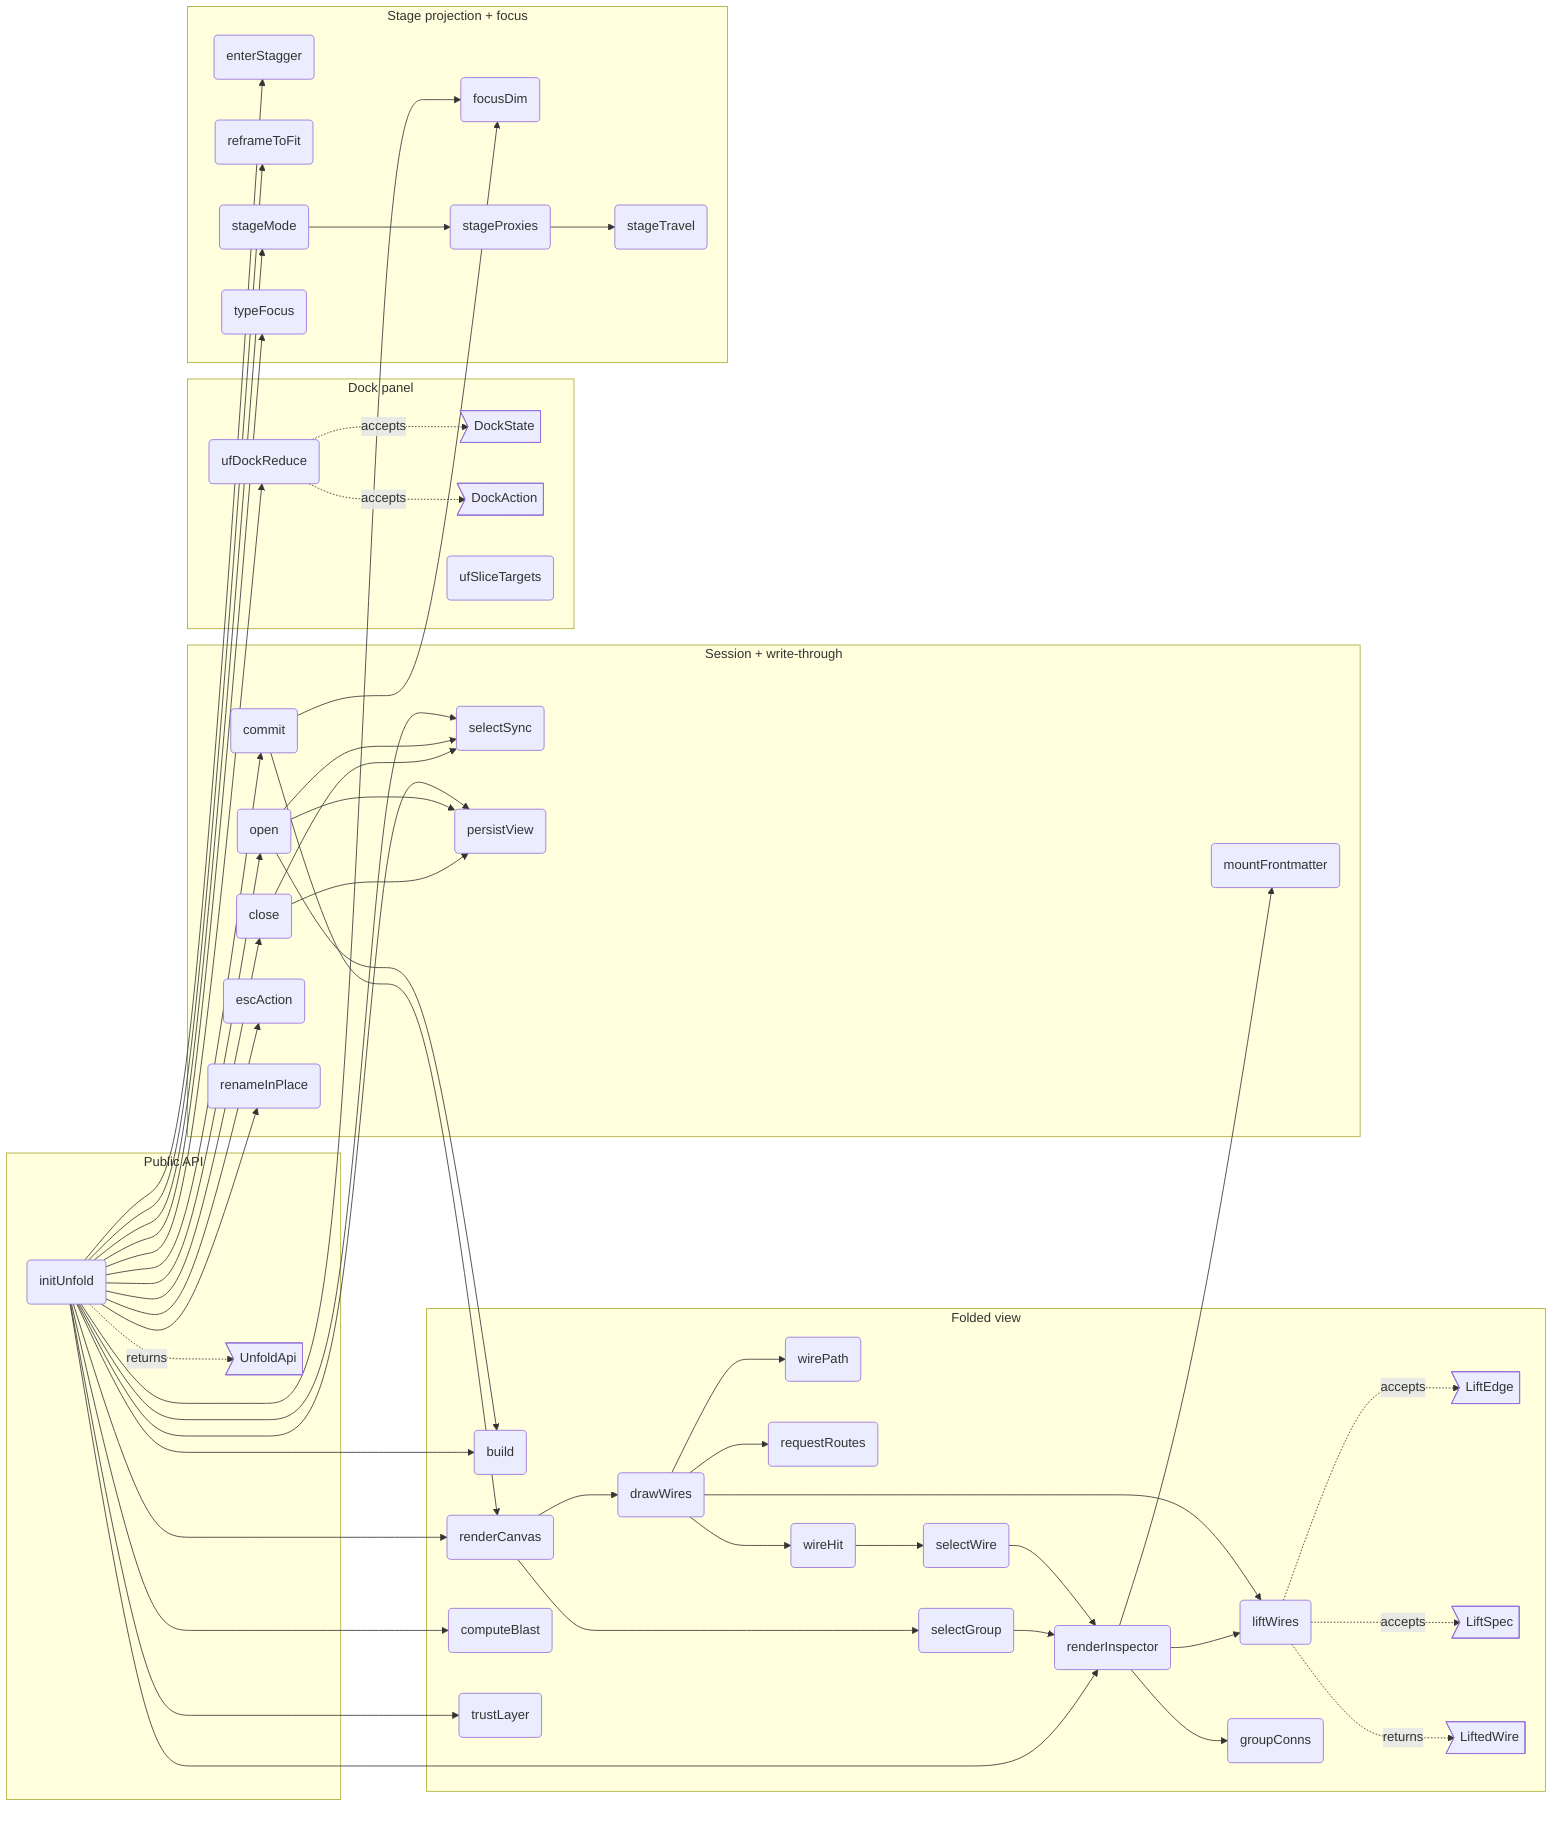
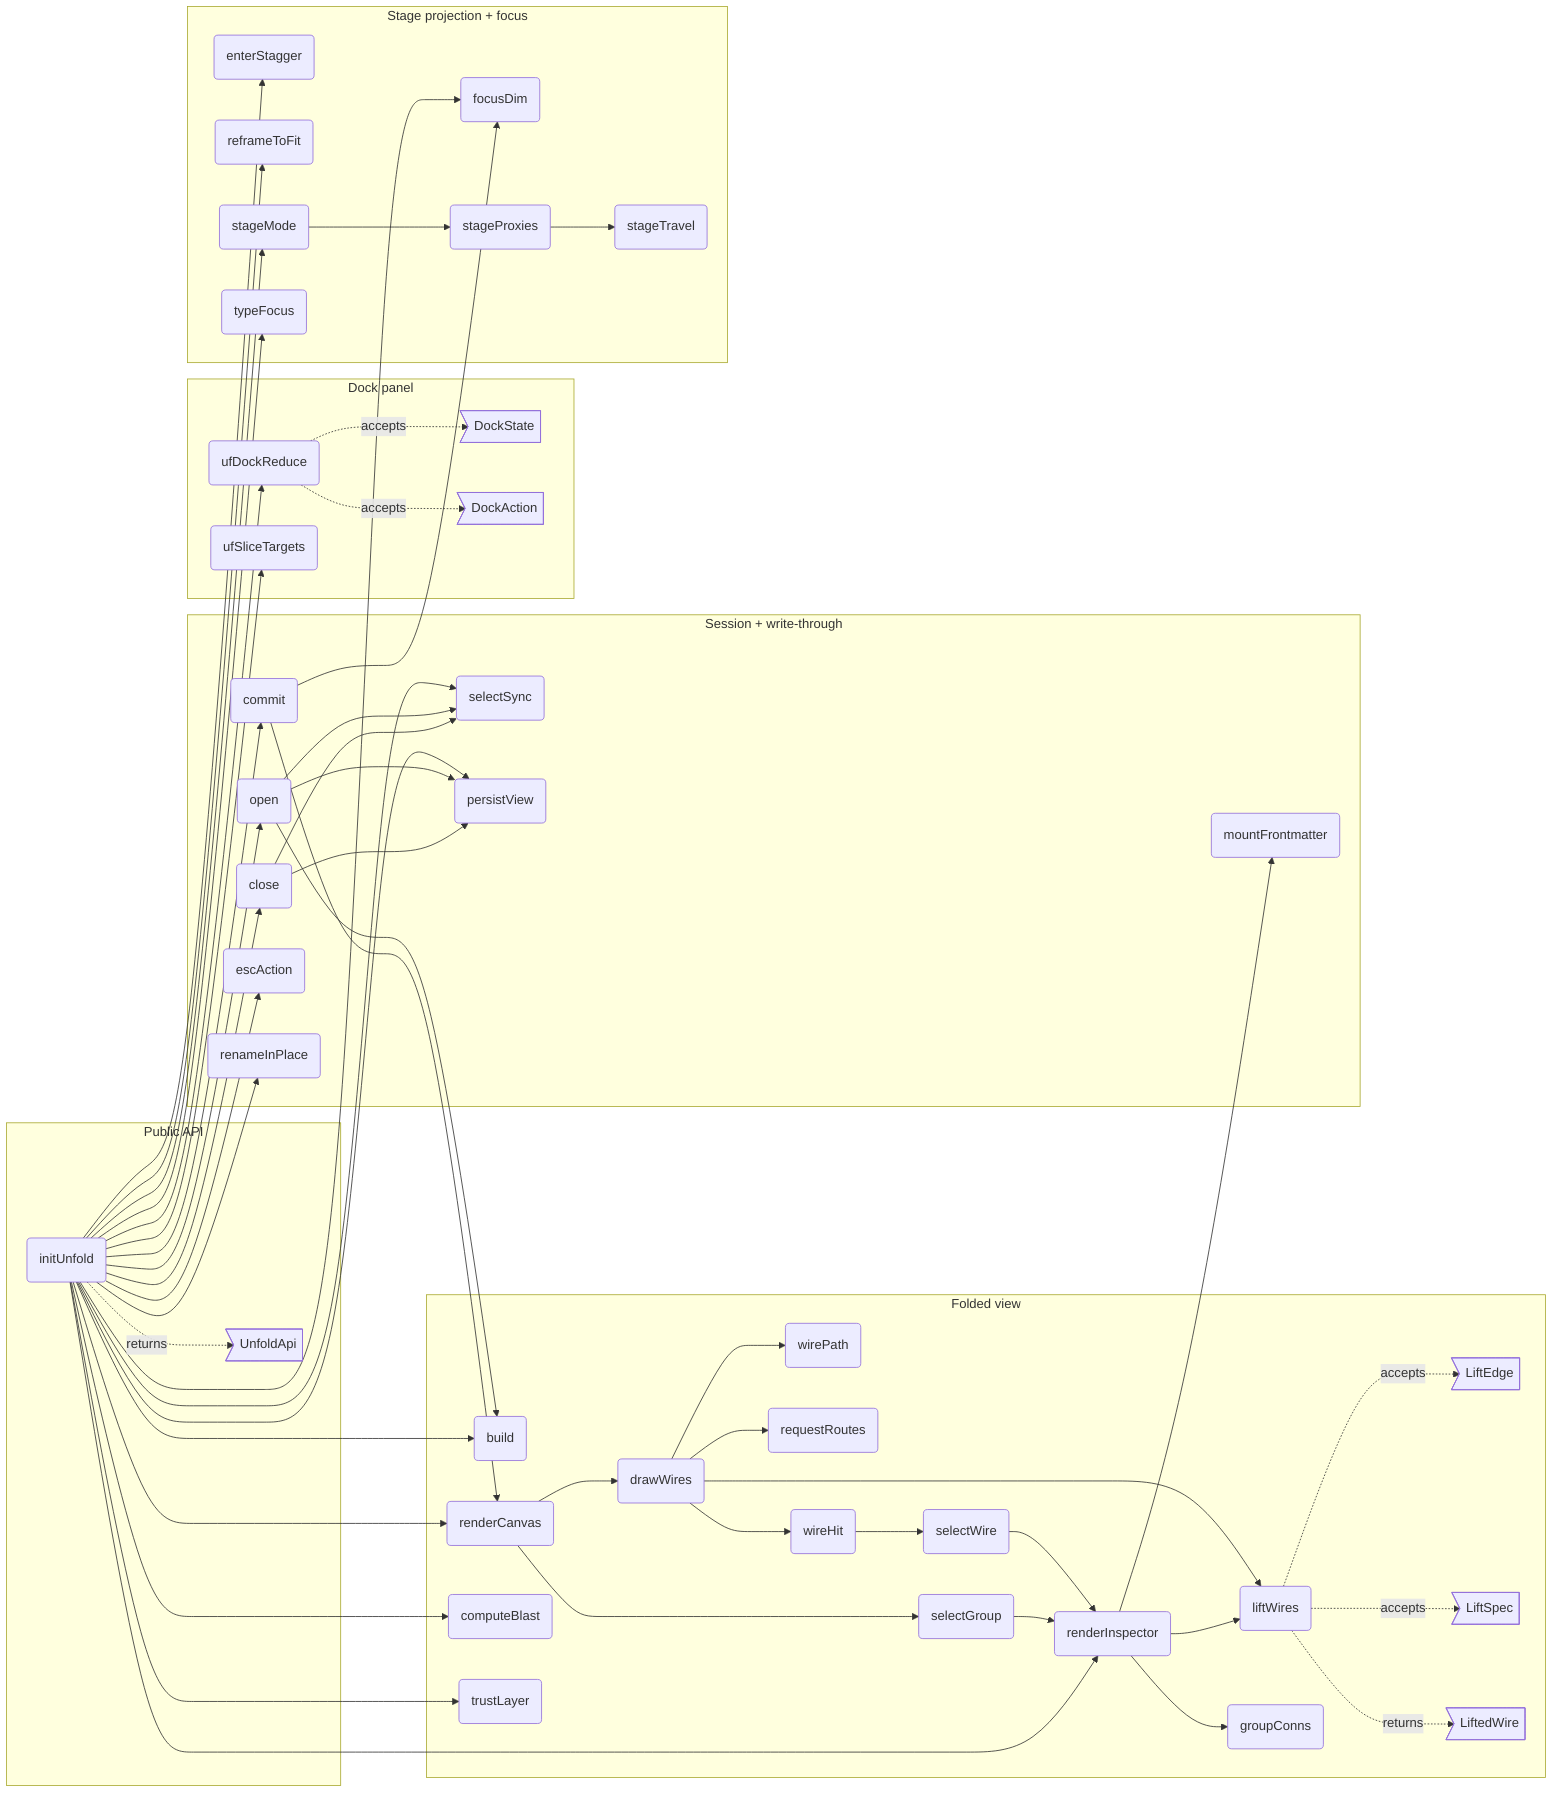
flowchart LR
%% root unfold

%% src UnfoldApi src/panel/unfold.ts#UnfoldApi
%% kind UnfoldApi type
%% fm:meta UnfoldApi name=UnfoldApi
%% fm:meta UnfoldApi desc=public surface: open, close, toggle

%% src initUnfold src/panel/unfold.ts#initUnfold
%% kind initUnfold function
%% fm:meta initUnfold name=initUnfold
- %% fm:meta initUnfold desc=build the primary surface (own DOM + own CSS, the planner isolation pattern) bound to ctx; reads ctx.state + ctx.bodies, writes only through the shared hooks path; the dock carries a temporary legacy-compare affordance instead of a ✕ (M4 correction); the panel is a real dock driven by the pure ufDockReduce — tabs (reveal · io · mermaid) anchored at the reveal strip, chevron collapse to a slim rail, left-border drag resize, state persisted under unfold.dock
+ %% fm:meta initUnfold desc=build the primary surface (own DOM + own CSS, the planner isolation pattern) bound to ctx; reads ctx.state + ctx.bodies, writes only through the shared hooks path; the dock carries a temporary legacy-compare affordance instead of a ✕ (M4 correction); the panel is a real dock driven by the pure ufDockReduce — five tabs on a two-row strip (reveal · io · mermaid / slice · style) anchored at the reveal strip, chevron collapse to a slim rail, left-border drag resize, state persisted under unfold.dock; the slice tab serialises through SliceApi.sliceFor on ufSliceTargets, the style tab drives appearance (light/dark + font via theming.applyFont)
%% fm:meta initUnfold i0.name=initUnfold
%% fm:meta initUnfold i0.accepts=ctx: AppContext
- %% fm:meta initUnfold i0.accepts=deps: { selection: SelectionApi; camera: CameraApi; files: FilesApi; mermaid: MermaidApi }
+ %% fm:meta initUnfold i0.accepts=deps: { selection: SelectionApi; camera: CameraApi; files: FilesApi; mermaid: MermaidApi; slice: SliceApi; theming: ThemingApi }
%% fm:meta initUnfold i0.returns=UnfoldApi

%% src ufBuild src/panel/unfold.ts#build
%% kind ufBuild function
%% fm:meta ufBuild name=build
%% fm:meta ufBuild desc=derive the folded units from ctx.state on every open: live parent wins, else the flowmap mod__rest drill convention; de-dup edges, fan-in
%% fm:meta ufBuild i0.name=build
%% fm:meta ufBuild i0.returns=void

%% src ufRenderCanvas src/panel/unfold.ts#renderCanvas
%% kind ufRenderCanvas function
%% fm:meta ufRenderCanvas name=renderCanvas
%% fm:meta ufRenderCanvas desc=render the containment roots as nested flex cards/groups; only expanded containers show their children
%% fm:meta ufRenderCanvas i0.name=renderCanvas
%% fm:meta ufRenderCanvas i0.returns=void

%% src ufDrawWires src/panel/unfold.ts#drawWires
%% kind ufDrawWires function
%% fm:meta ufDrawWires name=drawWires
%% fm:meta ufDrawWires desc=paint the pure lift decision (ufLiftWires): wires run between sibling anchors under their lowest common container so no wire crosses a foreign group box; concealed counts render as mid-path badges; arrowheads exist only on atomic reveals (selected leaf / exploded wire); hot wires keep the accent + flow grammar; weight ramp, hub fade and hit paths operate on the lifted set
%% fm:meta ufDrawWires i0.name=drawWires
%% fm:meta ufDrawWires i0.returns=void

%% src ufLiftWires src/panel/unfold-lift.ts#ufLiftWires
%% kind ufLiftWires function
%% fm:meta ufLiftWires name=liftWires
%% fm:meta ufLiftWires desc=pure wire-picture decision for the primary surface: every wire lifts to sibling anchors under the lowest common container (never crossing a foreign boundary), concealed endpoints counted for the badge; the lowest selected point sets the travel depth — a selected leaf reveals true wires (atomic, arrowed, hot), a selected container anchors its crossing wires at its own border (hot), a selected wire explodes into its underlying relations; opposite directions merge (weight-majority orientation) since arrowheads exist only on atomic reveals
%% fm:meta ufLiftWires i0.name=ufLiftWires
%% fm:meta ufLiftWires i0.accepts=edges: LiftEdge[]
%% fm:meta ufLiftWires i0.accepts=spec: LiftSpec
%% fm:meta ufLiftWires i0.returns=LiftedWire[]

%% src ufLiftEdge src/panel/unfold-lift.ts#LiftEdge
%% kind ufLiftEdge type
%% fm:meta ufLiftEdge name=LiftEdge
%% fm:meta ufLiftEdge desc=one deduped model edge as the lift decision sees it: endpoints, call/dep flags, weight, optional advisory mark

%% src ufLiftSpec src/panel/unfold-lift.ts#LiftSpec
%% kind ufLiftSpec type
%% fm:meta ufLiftSpec name=LiftSpec
%% fm:meta ufLiftSpec desc=the plain view slice the lift decision reads: containment parents, expanded/hidden, selection (node or container plus wire), wire layers

%% src ufLiftedWire src/panel/unfold-lift.ts#LiftedWire
%% kind ufLiftedWire type
%% fm:meta ufLiftedWire name=LiftedWire
%% fm:meta ufLiftedWire desc=one drawn wire: sibling anchors, summed weight, concealed endpoint count (the badge), atomic (arrowed reveal), hot (selection highlight), advisory, and the underlying model relations

%% src ufSliceTargets src/panel/unfold-slice.ts#ufSliceTargets
%% kind ufSliceTargets function
%% fm:meta ufSliceTargets name=ufSliceTargets
%% fm:meta ufSliceTargets desc=pure mapping from unfold's selection shape to slice target ids: a non-empty selected card/group id wins → [sel]; else a selected wire → its two endpoints deduplicated for a self-loop; else [] meaning full diagram (the legacy no-selection contract); an empty-string sel counts as no selection
%% fm:meta ufSliceTargets i0.name=ufSliceTargets
%% fm:meta ufSliceTargets i0.accepts=sel: string | null
%% fm:meta ufSliceTargets i0.accepts=wire: { a: string; b: string } | null
%% fm:meta ufSliceTargets i0.returns=string[]

%% src ufDockReduce src/panel/unfold-dock.ts#ufDockReduce
%% kind ufDockReduce function
%% fm:meta ufDockReduce name=ufDockReduce
%% fm:meta ufDockReduce desc=pure dock-state reducer for the primary surface's panel: DockState { tab, collapsed, width } advances only through actions — setTab selects a known tab and always expands a collapsed panel (unknown or already-active tabs are no-ops), toggleCollapse flips collapsed preserving tab and width, resize rounds and clamps width to [240, 580] and is a no-op while collapsed, load normalizes a persisted raw value falling back per-field to first-tab / expanded / 330; an empty tabs list makes every action a no-op
%% fm:meta ufDockReduce i0.name=ufDockReduce
%% fm:meta ufDockReduce i0.accepts=state: DockState
%% fm:meta ufDockReduce i0.accepts=action: DockAction
%% fm:meta ufDockReduce i0.accepts=tabs: string[]
%% fm:meta ufDockReduce i0.returns=DockState

%% src ufDockState src/panel/unfold-dock.ts#DockState
%% kind ufDockState type
%% fm:meta ufDockState name=DockState
%% fm:meta ufDockState desc=the panel chrome state: active tab, collapsed flag, width in px — the only dock state, persisted whole under unfold.dock

%% src ufDockAction src/panel/unfold-dock.ts#DockAction
%% kind ufDockAction type
%% fm:meta ufDockAction name=DockAction
%% fm:meta ufDockAction desc=discriminated dock action: setTab, toggleCollapse, resize, or load (normalize a persisted raw value)

%% src ufComputeBlast src/panel/unfold.ts#computeBlast
%% kind ufComputeBlast function
%% fm:meta ufComputeBlast name=computeBlast
%% fm:meta ufComputeBlast desc=reverse-BFS the transitive dependents of the selection and map them to visible cards with min hop distance
%% fm:meta ufComputeBlast i0.name=computeBlast
%% fm:meta ufComputeBlast i0.returns=void

%% src ufRenderInspector src/panel/unfold.ts#renderInspector
%% kind ufRenderInspector function
%% fm:meta ufRenderInspector name=renderInspector
%% fm:meta ufRenderInspector desc=empty until selection; then kind, crumbs, desc, interfaces, blast count, connections, and the real source body from ctx.bodies — a selected wire resolves its endpoints and underlying relations through the same pure lift decision the painter draws (ufLiftWires), so the two surfaces cannot disagree
%% fm:meta ufRenderInspector i0.name=renderInspector
%% fm:meta ufRenderInspector i0.returns=void

%% src ufEnterStagger src/panel/unfold.ts#enterStagger
%% kind ufEnterStagger function
%% fm:meta ufEnterStagger name=enterStagger
%% fm:meta ufEnterStagger desc=staggered fade-up entrance for newly-revealed cards (~55ms stagger, ~650ms expo ease); wires draw themselves in only after their cards land
%% fm:meta ufEnterStagger i0.name=enterStagger
%% fm:meta ufEnterStagger i0.returns=void

%% src ufFocusDim src/panel/unfold.ts#focusDim
%% kind ufFocusDim function
%% fm:meta ufFocusDim name=focusDim
%% fm:meta ufFocusDim desc=focus illumination without rebuild: selection glows, 1-hop neighbours stay lit, its wires carry the flow animation, everything else dims
%% fm:meta ufFocusDim i0.name=focusDim
%% fm:meta ufFocusDim i0.returns=void

%% src ufReframe src/panel/unfold.ts#reframeToFit
%% kind ufReframe function
%% fm:meta ufReframe name=reframeToFit
%% fm:meta ufReframe desc=after every structural change the world transform-scales so all visible content fits, animated ~900ms expo ease — the canvas breathes instead of demanding travel
%% fm:meta ufReframe i0.name=reframeToFit
%% fm:meta ufReframe i0.returns=void

%% src ufStageMode src/panel/unfold.ts#stageMode
%% kind ufStageMode function
%% fm:meta ufStageMode name=stageMode
%% fm:meta ufStageMode desc=second projection of the same graph: the focused group renders center-stage at readable size while the explore world blurs and fades behind; exit restores explore state exactly
%% fm:meta ufStageMode i0.name=stageMode
%% fm:meta ufStageMode i0.accepts=gid: string | null
%% fm:meta ufStageMode i0.returns=void

%% src ufProxies src/panel/unfold.ts#stageProxies
%% kind ufProxies function
%% fm:meta ufProxies name=stageProxies
%% fm:meta ufProxies desc=external edges aggregate per target container into pill proxies on a ring; each pill's angle is the TRUE angle between group centroids in ctx.state positions
%% fm:meta ufProxies i0.name=stageProxies
%% fm:meta ufProxies i0.returns=void

%% src ufTravel src/panel/unfold.ts#stageTravel
%% kind ufTravel function
%% fm:meta ufTravel name=stageTravel
%% fm:meta ufTravel desc=peek then travel: the target group slides onto stage FROM its direction; the origin becomes a reciprocal-direction proxy automatically since both derive from the same centroids
%% fm:meta ufTravel i0.name=stageTravel
%% fm:meta ufTravel i0.accepts=target: string
%% fm:meta ufTravel i0.accepts=fromAngle: number
%% fm:meta ufTravel i0.returns=void

%% src ufTypeFocus src/panel/unfold.ts#typeFocus
%% kind ufTypeFocus function
%% fm:meta ufTypeFocus name=typeFocus
%% fm:meta ufTypeFocus desc=click a type in a frontmatter card and every module whose interface carries that type lights across the surface; the inspector lists the carriers, derived from ctx.state
%% fm:meta ufTypeFocus i0.name=typeFocus
%% fm:meta ufTypeFocus i0.accepts=t: string | null
%% fm:meta ufTypeFocus i0.returns=void

%% src ufCommit src/panel/unfold.ts#commit
%% kind ufCommit function
%% fm:meta ufCommit name=commit
%% fm:meta ufCommit desc=the ONLY view-mutation entry (M3): apply the pure reduceView to the spec, install the result frozen, then paint the per-action render subset — no handler touches view state or the DOM directly
%% fm:meta ufCommit i0.name=commit
%% fm:meta ufCommit i0.accepts=a: ViewAction
%% fm:meta ufCommit i0.returns=void

%% src ufSelectSync src/panel/unfold.ts#selectSync
%% kind ufSelectSync function
%% fm:meta ufSelectSync name=selectSync
%% fm:meta ufSelectSync desc=selection survives the mode boundary: seed SEL from the editor selection on open; hand the reading selection back (selectOnly + zoomToNode via deps) on close — no new state, one shared selection
%% fm:meta ufSelectSync i0.name=selectSync
%% fm:meta ufSelectSync i0.accepts=dir: 'open' | 'close'
%% fm:meta ufSelectSync i0.returns=void

%% src ufPersistView src/panel/unfold.ts#persistView
%% kind ufPersistView function
%% fm:meta ufPersistView name=persistView
%% fm:meta ufPersistView desc=the reading session persists per diagram (sorted containment roots as identity) as the full v1 ViewSpec; load goes through normalizeViewSpec and applies the durable trio (expanded/hidden/layers) — a pre-M3 stored entry is a valid subset, migration is branch-free
%% fm:meta ufPersistView i0.name=persistView
%% fm:meta ufPersistView i0.accepts=dir: 'save' | 'load'
%% fm:meta ufPersistView i0.returns=void

%% src ufOpen src/panel/unfold.ts#open
%% kind ufOpen function
%% fm:meta ufOpen name=open
%% fm:meta ufOpen desc=enter the primary surface: rebuild units from ctx.state, restore the per-diagram ViewSpec, sync selection in, show the overlay — no surface choice is recorded, unfold is home (M4 correction)
%% fm:meta ufOpen i0.name=open
%% fm:meta ufOpen i0.returns=void

%% src ufClose src/panel/unfold.ts#close
%% kind ufClose function
%% fm:meta ufClose name=close
%% fm:meta ufClose desc=leave unfold for the legacy-compare view (temporary, until M5 parity deletes the canvas): save the ViewSpec, hand the selection back, hide the overlay — invoked ONLY by the explicit compare affordance; no surface choice is recorded, no ✕ and no Esc route here (M4 correction)
%% fm:meta ufClose i0.name=close
%% fm:meta ufClose i0.returns=void

%% src ufEscAction src/panel/unfold-esc.ts#ufEscAction
%% kind ufEscAction function
%% fm:meta ufEscAction name=escAction
%% fm:meta ufEscAction desc=pure Esc-chain decision for the primary surface: priority order focusType > selWire > stage > sel > query, and 'none' at the bottom — Escape never exits unfold (the old close() branch is gone by design, M4 correction)
%% fm:meta ufEscAction i0.name=ufEscAction
%% fm:meta ufEscAction i0.accepts=s: { focusType: boolean; selWire: boolean; stage: boolean; sel: boolean; query: boolean }
%% fm:meta ufEscAction i0.returns='clearTypeFocus' | 'deselectWire' | 'exitStage' | 'selectGroup' | 'clearQuery' | 'none'

%% src ufTrustLayer src/panel/unfold.ts#trustLayer
%% kind ufTrustLayer function
%% fm:meta ufTrustLayer name=trustLayer
%% fm:meta ufTrustLayer desc=trust layer with an OPTIONAL advisory source: same-origin edge-advisory-allowlist.txt when present, a Load button otherwise; absent source = layer disabled, never wrong — advisory edges dash amber, advisory descs are marked
%% fm:meta ufTrustLayer i0.name=trustLayer
%% fm:meta ufTrustLayer i0.returns=void

%% src ufWirePath src/panel/unfold.ts#wirePath
%% kind ufWirePath function
%% fm:meta ufWirePath name=wirePath
%% fm:meta ufWirePath desc=one wire geometry, not two: reading-mode wires from the app's real port-side geometry (core/state portPos + bestSides) and the render/wires elbow path — replaces the local orthoPath
%% fm:meta ufWirePath i0.name=wirePath
%% fm:meta ufWirePath i0.accepts=a: Box
%% fm:meta ufWirePath i0.accepts=b: Box
%% fm:meta ufWirePath i0.returns=string

%% src ufRequestRoutes src/panel/unfold.ts#requestRoutes
%% kind ufRequestRoutes function
%% fm:meta ufRequestRoutes name=requestRoutes
%% fm:meta ufRequestRoutes desc=obstacle-avoided routes for the lifted wire picture via the shared libavoid worker (render/avoidRouter routeGraph), one call per containment scope: sibling cards AND group boxes are the obstacles for that scope's lifted wires, while atomic reveals route against cards only; elbows paint first, routed polylines upgrade in place; a layout signature drops stale replies
%% fm:meta ufRequestRoutes i0.name=requestRoutes
%% fm:meta ufRequestRoutes i0.accepts=pos: Record<string, Box>
%% fm:meta ufRequestRoutes i0.accepts=wires: LiftedWire[]
%% fm:meta ufRequestRoutes i0.returns=void

%% src ufSelectWire src/panel/unfold.ts#selectWire
%% kind ufSelectWire function
%% fm:meta ufSelectWire name=selectWire
%% fm:meta ufSelectWire desc=a wire is a first-class selectable (legacy-editor parity): select an aggregated wire by its rendered rep pair, clearing node/type focus; re-click deselects; the inspector shows endpoints, kind, weight and every underlying model relation
%% fm:meta ufSelectWire i0.name=selectWire
%% fm:meta ufSelectWire i0.accepts=a: string
%% fm:meta ufSelectWire i0.accepts=b: string
%% fm:meta ufSelectWire i0.returns=void

%% src ufWireHit src/panel/unfold.ts#wireHit
%% kind ufWireHit function
%% fm:meta ufWireHit name=wireHit
%% fm:meta ufWireHit desc=append an invisible wide hit path over a drawn wire in either projection: click selects the wire, hover pre-lights it — excluded from stage panning so pointer capture never eats the click
%% fm:meta ufWireHit i0.name=wireHit
%% fm:meta ufWireHit i0.accepts=vis: SVGPathElement
%% fm:meta ufWireHit i0.accepts=d: string
%% fm:meta ufWireHit i0.accepts=a: string
%% fm:meta ufWireHit i0.accepts=b: string
%% fm:meta ufWireHit i0.accepts=host: SVGSVGElement
%% fm:meta ufWireHit i0.returns=void

%% src ufSelectGroup src/panel/unfold.ts#selectGroup
%% kind ufSelectGroup function
%% fm:meta ufSelectGroup name=selectGroup
%% fm:meta ufSelectGroup desc=a group is a first-class selectable (U6): select + inspect, never stage (U8 deferred) — clears wire/type focus, relights, re-renders tree + inspector in either projection
%% fm:meta ufSelectGroup i0.name=selectGroup
%% fm:meta ufSelectGroup i0.accepts=id: string
%% fm:meta ufSelectGroup i0.returns=void

%% src ufGroupConns src/panel/unfold.ts#groupConns
%% kind ufGroupConns function
%% fm:meta ufGroupConns name=groupConns
%% fm:meta ufGroupConns desc=external connections of a container: every edge with exactly one endpoint inside the subtree, aggregated to the coarsest foreign container and weight-summed — the same aggregation grammar as the stage pills
%% fm:meta ufGroupConns i0.name=groupConns
%% fm:meta ufGroupConns i0.accepts=id: string
%% fm:meta ufGroupConns i0.returns={ uses: [string, number][]; usedBy: [string, number][] }

%% src ufRenameInPlace src/panel/unfold.ts#renameInPlace
%% kind ufRenameInPlace function
%% fm:meta ufRenameInPlace name=renameInPlace
%% fm:meta ufRenameInPlace desc=inline rename on the selected card (Enter / double-click on selected), writing through the existing model path — mutate ctx.state then hooks render + sync + pushHistory + persist, never a private write path
%% fm:meta ufRenameInPlace i0.name=renameInPlace
%% fm:meta ufRenameInPlace i0.accepts=id: string
%% fm:meta ufRenameInPlace i0.returns=void

%% src ufMountFrontmatter src/panel/unfold.ts#mountFrontmatter
%% kind ufMountFrontmatter function
%% fm:meta ufMountFrontmatter name=mountFrontmatter
%% fm:meta ufMountFrontmatter desc=mount the app's frontmatter editor (panel/inspector-frontmatter) for the selected node inside the reading inspector — the same hooks write path as renameInPlace; commits re-derive the folded view
%% fm:meta ufMountFrontmatter i0.name=mountFrontmatter
%% fm:meta ufMountFrontmatter i0.accepts=host: HTMLElement
%% fm:meta ufMountFrontmatter i0.accepts=id: string
%% fm:meta ufMountFrontmatter i0.returns=void

%% parent uf_api unfold
%% parent uf_view unfold
%% parent uf_stage unfold
%% parent uf_session unfold
%% parent uf_dock unfold

  subgraph uf_api ["Public API"]
    initUnfold("initUnfold")
    UnfoldApi>"UnfoldApi"]
  end
  subgraph uf_dock ["Dock panel"]
    ufDockReduce("ufDockReduce")
    ufDockState>"DockState"]
    ufDockAction>"DockAction"]
    ufSliceTargets("ufSliceTargets")
  end
  subgraph uf_view ["Folded view"]
    ufBuild("build")
    ufRenderCanvas("renderCanvas")
    ufDrawWires("drawWires")
    ufLiftWires("liftWires")
    ufLiftEdge>"LiftEdge"]
    ufLiftSpec>"LiftSpec"]
    ufLiftedWire>"LiftedWire"]
    ufWirePath("wirePath")
    ufRequestRoutes("requestRoutes")
    ufWireHit("wireHit")
    ufSelectWire("selectWire")
    ufSelectGroup("selectGroup")
    ufGroupConns("groupConns")
    ufComputeBlast("computeBlast")
    ufRenderInspector("renderInspector")
    ufTrustLayer("trustLayer")
  end
  subgraph uf_session ["Session + write-through"]
    ufCommit("commit")
    ufOpen("open")
    ufClose("close")
    ufEscAction("escAction")
    ufSelectSync("selectSync")
    ufPersistView("persistView")
    ufRenameInPlace("renameInPlace")
    ufMountFrontmatter("mountFrontmatter")
  end
  subgraph uf_stage ["Stage projection + focus"]
    ufEnterStagger("enterStagger")
    ufFocusDim("focusDim")
    ufReframe("reframeToFit")
    ufStageMode("stageMode")
    ufProxies("stageProxies")
    ufTravel("stageTravel")
    ufTypeFocus("typeFocus")
  end

  initUnfold -.->|returns| UnfoldApi
  initUnfold --> ufBuild
  initUnfold --> ufRenderCanvas
  ufRenderCanvas --> ufDrawWires
  ufDrawWires --> ufLiftWires
  ufLiftWires -.->|accepts| ufLiftEdge
  ufLiftWires -.->|accepts| ufLiftSpec
  ufLiftWires -.->|returns| ufLiftedWire
  ufDrawWires --> ufWirePath
  ufDrawWires --> ufRequestRoutes
  ufDrawWires --> ufWireHit
  ufWireHit --> ufSelectWire
  ufSelectWire --> ufRenderInspector
  ufRenderInspector --> ufLiftWires
  ufRenderCanvas --> ufSelectGroup
  ufSelectGroup --> ufRenderInspector
  ufRenderInspector --> ufGroupConns
  initUnfold --> ufComputeBlast
  initUnfold --> ufRenderInspector
  initUnfold --> ufTrustLayer
  initUnfold --> ufCommit
  ufCommit --> ufRenderCanvas
  ufCommit --> ufFocusDim
  initUnfold --> ufSelectSync
  initUnfold --> ufPersistView
  initUnfold --> ufOpen
  initUnfold --> ufClose
  ufOpen --> ufBuild
  ufOpen --> ufPersistView
  ufOpen --> ufSelectSync
  ufClose --> ufPersistView
  ufClose --> ufSelectSync
  initUnfold --> ufRenameInPlace
  ufRenderInspector --> ufMountFrontmatter
  initUnfold --> ufEnterStagger
  initUnfold --> ufFocusDim
  initUnfold --> ufReframe
  initUnfold --> ufTypeFocus
  initUnfold --> ufStageMode
  ufStageMode --> ufProxies
  ufProxies --> ufTravel
  initUnfold --> ufEscAction
  initUnfold --> ufDockReduce
  ufDockReduce -.->|accepts| ufDockState
  ufDockReduce -.->|accepts| ufDockAction
+   initUnfold --> ufSliceTargets
